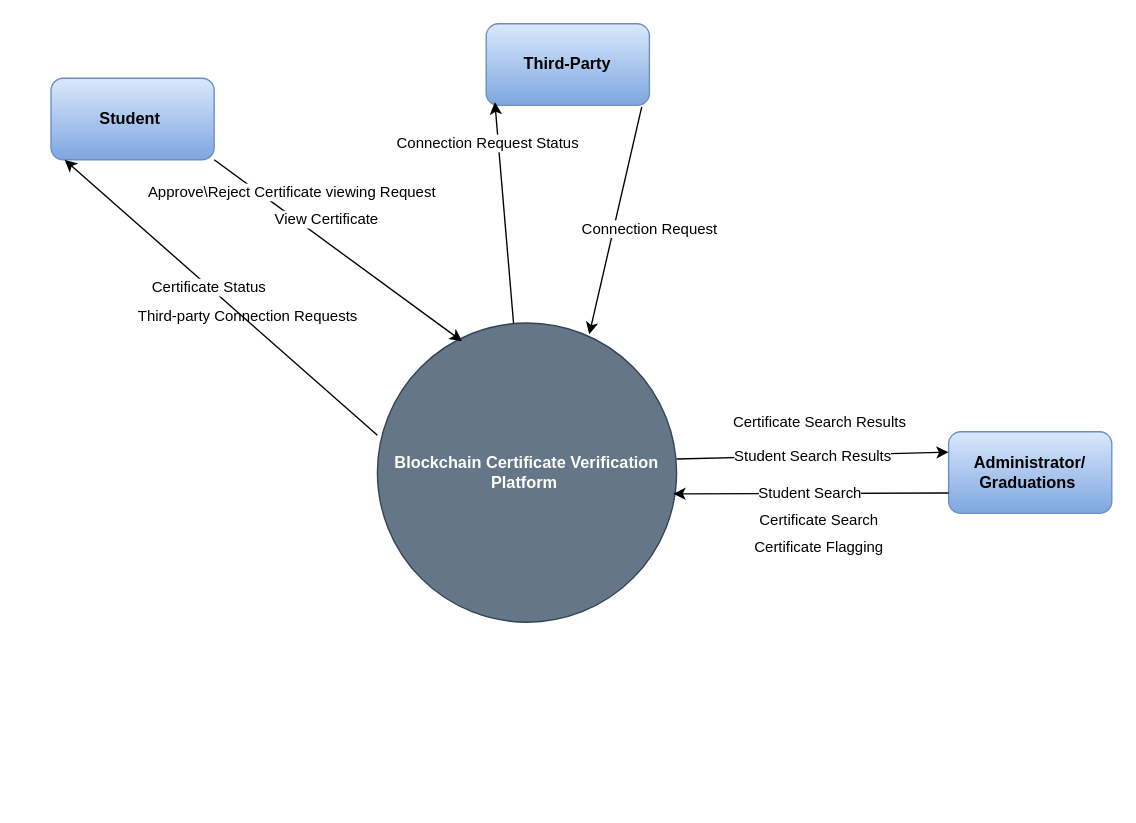
The draw.io diagram BlockChainContext.drawio in SifisoMzansi/architecture-diagrams, before the edit. Source tidied: cells renumbered, new cells numbered last; positions are measured from the earlier drawing's top-left corner, leaving out a move shared by most shapes. Both pictures are drawn from the tidied source at 136%, with x=0, y=0 at pixel (50, 23).
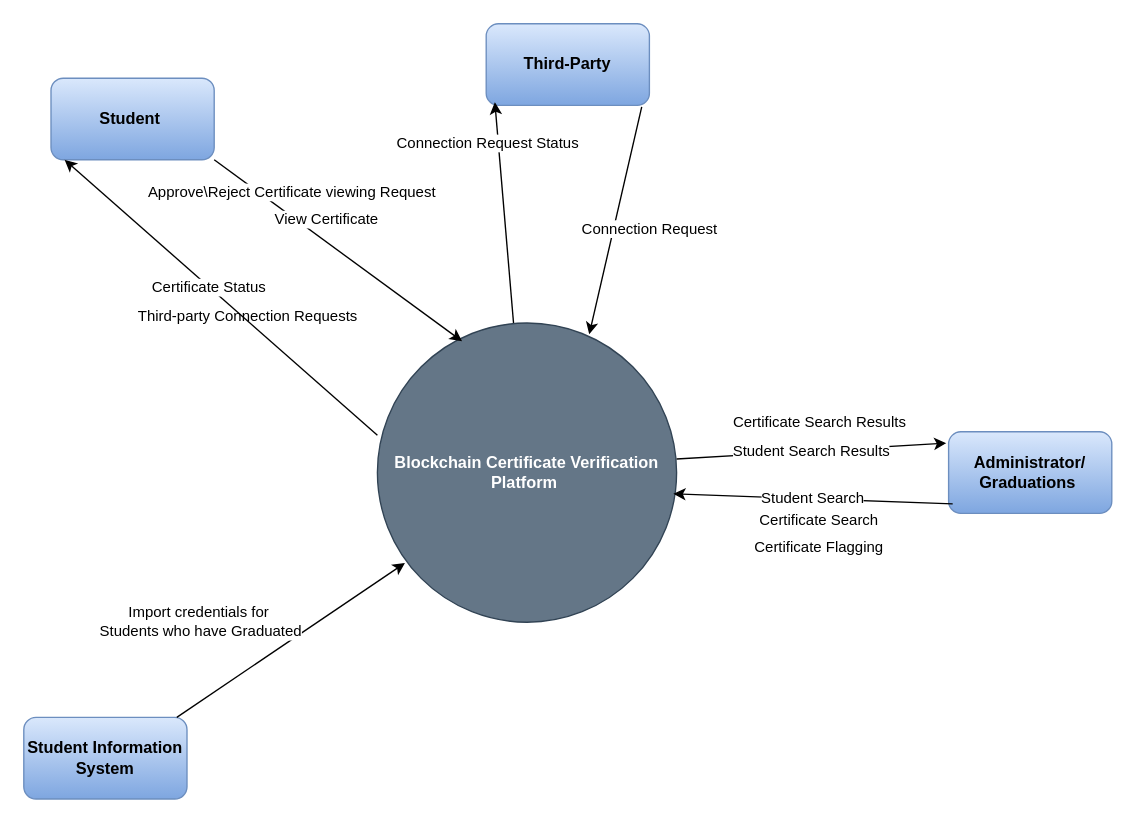
The same page after the edit.

Unchanged cells that the change refers to:
```xml
<mxCell id="2" value="&lt;b&gt;Blockchain Certificate Verification Platform&amp;nbsp;&lt;/b&gt;" style="ellipse;whiteSpace=wrap;html=1;fillColor=#647687;strokeColor=#314354;fontColor=#ffffff;" parent="1" vertex="1">
  <mxGeometry x="240" y="220" width="220" height="220" as="geometry" />
</mxCell>
<mxCell id="15" value="&lt;b&gt;Administrator/&lt;/b&gt;&lt;div&gt;&lt;b&gt;Graduations&amp;nbsp;&lt;/b&gt;&lt;/div&gt;" style="rounded=1;whiteSpace=wrap;html=1;fillColor=#dae8fc;gradientColor=#7ea6e0;strokeColor=#6c8ebf;" parent="1" vertex="1">
  <mxGeometry x="660" y="300" width="120" height="60" as="geometry" />
</mxCell>
```

The edit, as a diff of the source:
```diff
@@
-    <mxCell id="16" value="Student Search Results" style="endArrow=classic;html=1;rounded=0;entryX=0;entryY=0.25;entryDx=0;entryDy=0;" parent="1" edge="1" target="15">
+    <mxCell id="16" value="Student Search Results" style="endArrow=classic;html=1;rounded=0;entryX=-0.014;entryY=0.139;entryDx=0;entryDy=0;entryPerimeter=0;" parent="1" edge="1" target="15">
       <mxGeometry relative="1" as="geometry">
         <mxPoint x="460" y="320" as="sourcePoint" />
       </mxGeometry>
     </mxCell>
@@
-    <mxCell id="18" style="endArrow=classic;html=1;rounded=0;entryX=0.989;entryY=0.571;entryDx=0;entryDy=0;entryPerimeter=0;exitX=0;exitY=0.75;exitDx=0;exitDy=0;" parent="1" edge="1" source="15" target="2">
+    <mxCell id="18" style="endArrow=classic;html=1;rounded=0;entryX=0.989;entryY=0.571;entryDx=0;entryDy=0;entryPerimeter=0;exitX=0.025;exitY=0.883;exitDx=0;exitDy=0;exitPerimeter=0;" parent="1" edge="1" source="15" target="2">
       <mxGeometry relative="1" as="geometry" />
     </mxCell>
@@
+    <mxCell id="22" value="&lt;b&gt;Student Information System&lt;/b&gt;" style="rounded=1;whiteSpace=wrap;html=1;fillColor=#dae8fc;gradientColor=#7ea6e0;strokeColor=#6c8ebf;" parent="1" vertex="1">
+      <mxGeometry x="-20" y="510" width="120" height="60" as="geometry" />
+    </mxCell>
+    <mxCell id="23" style="endArrow=classic;html=1;rounded=0;exitX=0.958;exitY=1.006;exitDx=0;exitDy=0;exitPerimeter=0;entryX=0.092;entryY=0.802;entryDx=0;entryDy=0;entryPerimeter=0;" parent="1" edge="1" target="2">
+      <mxGeometry relative="1" as="geometry">
+        <mxPoint x="92.5" y="510" as="sourcePoint" />
+      </mxGeometry>
+    </mxCell>
+    <mxCell id="24" value="Import credentials for&amp;nbsp;&lt;div&gt;Students who have Graduated&lt;/div&gt;" style="edgeLabel;html=1;align=center;verticalAlign=middle;" parent="23" vertex="1">
+      <mxGeometry x="-0.16" y="2" relative="1" as="geometry">
+        <mxPoint x="-52" y="-21" as="offset" />
+      </mxGeometry>
+    </mxCell>
```
